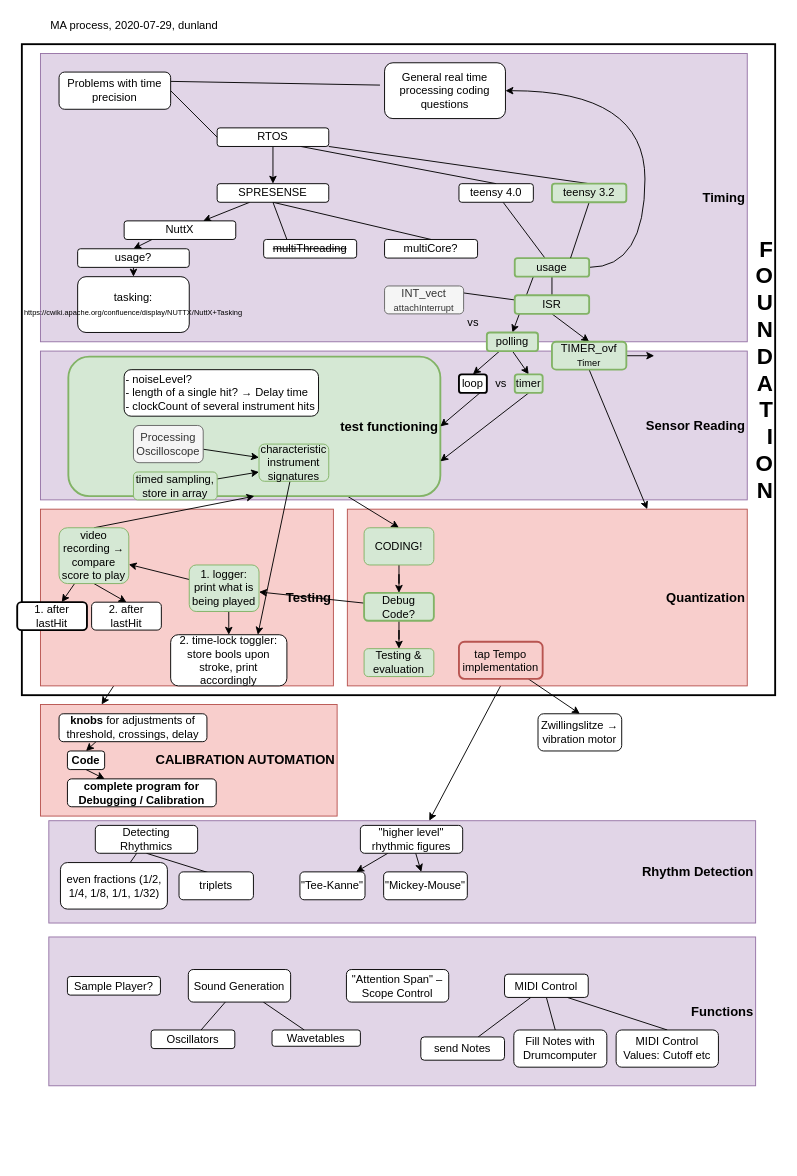
Above: page "Progress" (1 of 5) of muscle/Doc/MA_progress.drawio in dunland/muscle (draw.io), before the change. Source tidied: cells renumbered, new cells numbered last; positions are measured from the earlier drawing's top-left corner, leaving out a move shared by most shapes. Both pictures are drawn from the tidied source at 93%, with x=0, y=0 at pixel (17, 16).
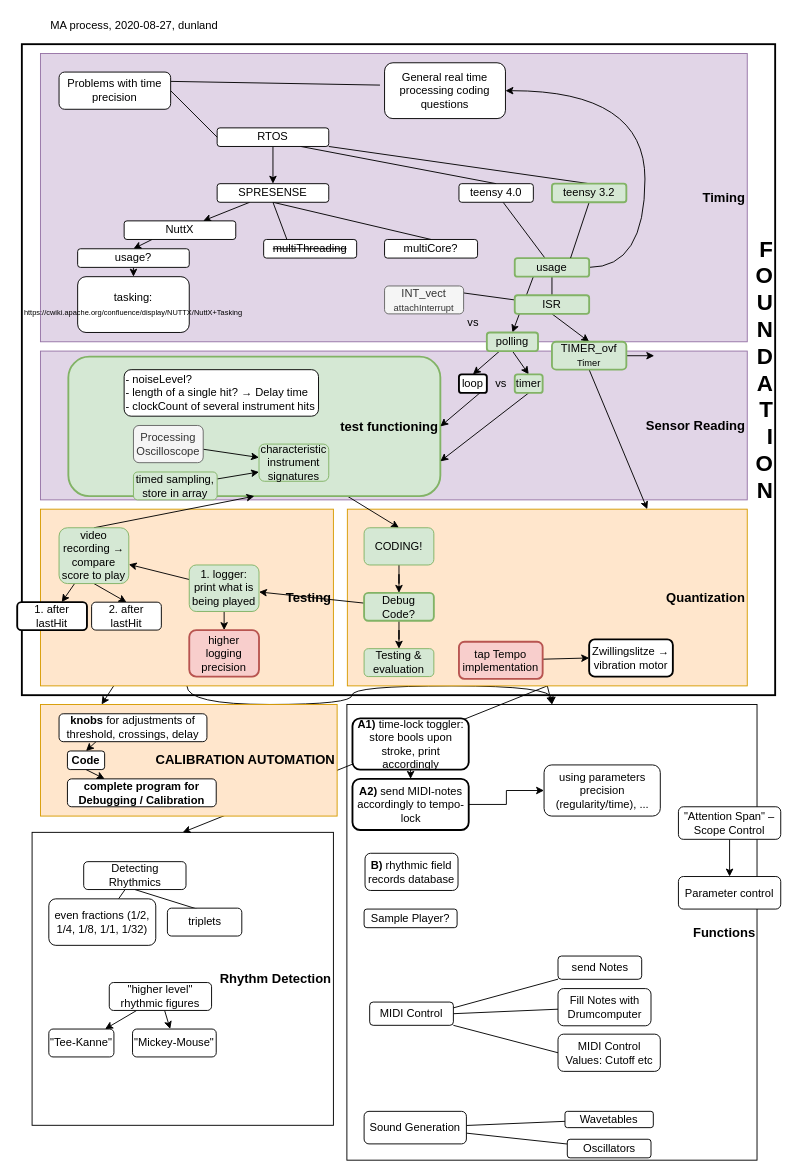
Above is the later version.

Commit message (it also covers changes not shown here):
define instrument names, calibration value handling

Unchanged cells that the change refers to:
```xml
<mxCell id="84" value="characteristic instrument signatures" style="rounded=1;whiteSpace=wrap;html=1;strokeWidth=1;fillColor=#d5e8d4;strokeColor=#82b366;" parent="1" vertex="1">
  <mxGeometry x="260" y="460" width="75" height="40" as="geometry" />
</mxCell>
<mxCell id="93" value="1. logger:&lt;br&gt;print what is being played" style="rounded=1;whiteSpace=wrap;html=1;strokeWidth=1;fillColor=#d5e8d4;strokeColor=#82b366;" parent="1" vertex="1">
  <mxGeometry x="185" y="590" width="75" height="50" as="geometry" />
</mxCell>
<mxCell id="106" value="tap Tempo implementation" style="rounded=1;whiteSpace=wrap;html=1;strokeWidth=2;fillColor=#f8cecc;strokeColor=#b85450;" parent="1" vertex="1">
  <mxGeometry x="475" y="672.5" width="90" height="40" as="geometry" />
</mxCell>
```

The edit, as a diff of the source:
```diff
@@
+    <mxCell id="114" style="edgeStyle=orthogonalEdgeStyle;curved=1;rounded=0;jettySize=auto;html=1;exitX=0.5;exitY=1;exitDx=0;exitDy=0;entryX=0.5;entryY=0;entryDx=0;entryDy=0;" parent="1" edge="1" source="4" target="33">
+      <mxGeometry relative="1" as="geometry" />
+    </mxCell>
-    <mxCell id="4" value="&lt;font size=&quot;1&quot;&gt;&lt;b style=&quot;font-size: 14px&quot;&gt;Testing&lt;br&gt;&lt;/b&gt;&lt;/font&gt;" style="rounded=0;whiteSpace=wrap;html=1;align=right;strokeColor=#b85450;fillColor=#f8cecc;" parent="1" vertex="1">
+    <mxCell id="4" value="&lt;font size=&quot;1&quot;&gt;&lt;b style=&quot;font-size: 14px&quot;&gt;Testing&lt;br&gt;&lt;/b&gt;&lt;/font&gt;" style="rounded=0;whiteSpace=wrap;html=1;align=right;strokeColor=#d79b00;fillColor=#ffe6cc;" parent="1" vertex="1">
       <mxGeometry x="25" y="530" width="315" height="190" as="geometry" />
     </mxCell>
@@
-    <mxCell id="32" value="&lt;font size=&quot;1&quot;&gt;&lt;b style=&quot;font-size: 14px&quot;&gt;Rhythm Detection&lt;/b&gt;&lt;/font&gt;" style="rounded=0;whiteSpace=wrap;html=1;align=right;strokeColor=#9673a6;fillColor=#e1d5e7;" parent="1" vertex="1">
-      <mxGeometry x="34" y="865" width="760" height="110" as="geometry" />
+    <mxCell id="32" value="&lt;font size=&quot;1&quot;&gt;&lt;b style=&quot;font-size: 14px&quot;&gt;Rhythm Detection&lt;/b&gt;&lt;/font&gt;" style="rounded=0;whiteSpace=wrap;html=1;align=right;" parent="1" vertex="1">
+      <mxGeometry x="16" y="877.5" width="324" height="315" as="geometry" />
     </mxCell>
-    <mxCell id="33" value="&lt;font size=&quot;1&quot;&gt;&lt;b style=&quot;font-size: 14px&quot;&gt;Functions&lt;br&gt;&lt;/b&gt;&lt;/font&gt;" style="rounded=0;whiteSpace=wrap;html=1;align=right;strokeColor=#9673a6;fillColor=#e1d5e7;" parent="1" vertex="1">
-      <mxGeometry x="34" y="990" width="760" height="160" as="geometry" />
+    <mxCell id="33" value="&lt;font size=&quot;1&quot;&gt;&lt;b style=&quot;font-size: 14px&quot;&gt;Functions&lt;br&gt;&lt;/b&gt;&lt;/font&gt;" style="rounded=0;whiteSpace=wrap;html=1;align=right;" parent="1" vertex="1">
+      <mxGeometry x="354.5" y="740" width="441" height="490" as="geometry" />
     </mxCell>
     <mxCell id="34" value="Sample Player?" style="rounded=1;whiteSpace=wrap;html=1;" parent="1" vertex="1">
-      <mxGeometry x="54" y="1032.5" width="100" height="20" as="geometry" />
+      <mxGeometry x="373" y="960" width="100" height="20" as="geometry" />
     </mxCell>
@@
     <mxCell id="37" value="Sound Generation" style="rounded=1;whiteSpace=wrap;html=1;" parent="1" vertex="1">
-      <mxGeometry x="184" y="1025" width="110" height="35" as="geometry" />
+      <mxGeometry x="373" y="1177.5" width="110" height="35" as="geometry" />
     </mxCell>
     <mxCell id="38" value="Wavetables" style="rounded=1;whiteSpace=wrap;html=1;" parent="1" vertex="1">
-      <mxGeometry x="274" y="1090" width="95" height="17.5" as="geometry" />
+      <mxGeometry x="589" y="1177.5" width="95" height="17.5" as="geometry" />
     </mxCell>
     <mxCell id="39" value="Oscillators" style="rounded=1;whiteSpace=wrap;html=1;" parent="1" vertex="1">
-      <mxGeometry x="144" y="1090" width="90" height="20" as="geometry" />
+      <mxGeometry x="591.5" y="1207.5" width="90" height="20" as="geometry" />
     </mxCell>
+    <mxCell id="115" style="edgeStyle=none;rounded=0;jettySize=auto;html=1;" parent="1" edge="1" source="40" target="116">
+      <mxGeometry relative="1" as="geometry" />
+    </mxCell>
     <mxCell id="40" value="&quot;Attention Span&quot; ‒ Scope Control" style="rounded=1;whiteSpace=wrap;html=1;" parent="1" vertex="1">
-      <mxGeometry x="354" y="1025" width="110" height="35" as="geometry" />
+      <mxGeometry x="711" y="850" width="110" height="35" as="geometry" />
     </mxCell>
+    <mxCell id="116" value="Parameter control" style="rounded=1;whiteSpace=wrap;html=1;" parent="1" vertex="1">
+      <mxGeometry x="711" y="925" width="110" height="35" as="geometry" />
+    </mxCell>
@@
     <mxCell id="43" value="Detecting Rhythmics" style="rounded=1;whiteSpace=wrap;html=1;" parent="1" vertex="1">
-      <mxGeometry x="84" y="870" width="110" height="30" as="geometry" />
+      <mxGeometry x="71.5" y="909" width="110" height="30" as="geometry" />
     </mxCell>
     <mxCell id="44" value="even fractions (1/2, 1/4, 1/8, 1/1, 1/32)" style="rounded=1;whiteSpace=wrap;html=1;" parent="1" vertex="1">
-      <mxGeometry x="46.5" y="910" width="115" height="50" as="geometry" />
+      <mxGeometry x="34" y="949" width="115" height="50" as="geometry" />
     </mxCell>
     <mxCell id="45" value="triplets" style="rounded=1;whiteSpace=wrap;html=1;" parent="1" vertex="1">
-      <mxGeometry x="174" y="920" width="80" height="30" as="geometry" />
+      <mxGeometry x="161.5" y="959" width="80" height="30" as="geometry" />
     </mxCell>
@@
     <mxCell id="48" value="&quot;higher level&quot; rhythmic figures" style="rounded=1;whiteSpace=wrap;html=1;" parent="1" vertex="1">
-      <mxGeometry x="369" y="870" width="110" height="30" as="geometry" />
+      <mxGeometry x="99" y="1039" width="110" height="30" as="geometry" />
     </mxCell>
     <mxCell id="49" value="&quot;Mickey-Mouse&quot;" style="rounded=1;whiteSpace=wrap;html=1;" parent="1" vertex="1">
-      <mxGeometry x="394" y="920" width="90" height="30" as="geometry" />
+      <mxGeometry x="124" y="1089" width="90" height="30" as="geometry" />
     </mxCell>
     <mxCell id="50" value="&quot;Tee-Kanne&quot;" style="rounded=1;whiteSpace=wrap;html=1;" parent="1" vertex="1">
-      <mxGeometry x="304" y="920" width="70" height="30" as="geometry" />
+      <mxGeometry x="34" y="1089" width="70" height="30" as="geometry" />
     </mxCell>
-    <mxCell id="51" value="&lt;div align=&quot;left&quot;&gt;MA process, 2020-07-29, dunland&lt;br&gt;&lt;/div&gt;" style="text;html=1;strokeColor=none;fillColor=none;align=left;verticalAlign=middle;whiteSpace=wrap;rounded=0;" parent="1" vertex="1">
+    <mxCell id="51" value="&lt;div align=&quot;left&quot;&gt;MA process, 2020-08-27, dunland&lt;br&gt;&lt;/div&gt;" style="text;html=1;strokeColor=none;fillColor=none;align=left;verticalAlign=middle;whiteSpace=wrap;rounded=0;" parent="1" vertex="1">
       <mxGeometry x="34" width="350" height="20" as="geometry" />
     </mxCell>
-    <mxCell id="52" style="edgeStyle=none;rounded=0;jettySize=auto;html=1;" parent="1" edge="1" source="53" target="32">
+    <mxCell id="52" style="edgeStyle=none;rounded=0;jettySize=auto;html=1;entryX=0.5;entryY=0;entryDx=0;entryDy=0;exitX=0.5;exitY=1;exitDx=0;exitDy=0;" parent="1" edge="1" source="53" target="32">
       <mxGeometry relative="1" as="geometry" />
     </mxCell>
+    <mxCell id="117" style="rounded=0;jettySize=auto;html=1;exitX=0.5;exitY=1;exitDx=0;exitDy=0;entryX=0.5;entryY=0;entryDx=0;entryDy=0;" parent="1" edge="1" source="53" target="33">
+      <mxGeometry relative="1" as="geometry" />
+    </mxCell>
-    <mxCell id="53" value="&lt;font size=&quot;1&quot;&gt;&lt;b style=&quot;font-size: 14px&quot;&gt;Quantization&lt;br&gt;&lt;/b&gt;&lt;/font&gt;" style="rounded=0;whiteSpace=wrap;html=1;align=right;strokeColor=#b85450;fillColor=#f8cecc;" parent="1" vertex="1">
+    <mxCell id="53" value="&lt;font size=&quot;1&quot;&gt;&lt;b style=&quot;font-size: 14px&quot;&gt;Quantization&lt;br&gt;&lt;/b&gt;&lt;/font&gt;" style="rounded=0;whiteSpace=wrap;html=1;align=right;strokeColor=#d79b00;fillColor=#ffe6cc;" parent="1" vertex="1">
       <mxGeometry x="355" y="530" width="430" height="190" as="geometry" />
     </mxCell>
@@
-    <mxCell id="57" style="edgeStyle=none;rounded=0;jettySize=auto;html=1;endArrow=none;endFill=0;" parent="1" edge="1" source="60" target="61">
+    <mxCell id="57" style="edgeStyle=none;rounded=0;jettySize=auto;html=1;endArrow=none;endFill=0;exitX=1;exitY=0.25;exitDx=0;exitDy=0;" parent="1" edge="1" source="60" target="61">
       <mxGeometry relative="1" as="geometry" />
     </mxCell>
-    <mxCell id="58" style="edgeStyle=none;rounded=0;jettySize=auto;html=1;exitX=0.5;exitY=1;exitDx=0;exitDy=0;endArrow=none;endFill=0;" parent="1" edge="1" source="60" target="62">
+    <mxCell id="58" style="edgeStyle=none;rounded=0;jettySize=auto;html=1;exitX=1;exitY=0.5;exitDx=0;exitDy=0;endArrow=none;endFill=0;" parent="1" edge="1" source="60" target="62">
       <mxGeometry relative="1" as="geometry" />
     </mxCell>
-    <mxCell id="59" style="edgeStyle=none;rounded=0;jettySize=auto;html=1;exitX=0.75;exitY=1;exitDx=0;exitDy=0;entryX=0.5;entryY=0;entryDx=0;entryDy=0;endArrow=none;endFill=0;" parent="1" edge="1" source="60" target="63">
+    <mxCell id="59" style="edgeStyle=none;rounded=0;jettySize=auto;html=1;exitX=1;exitY=1;exitDx=0;exitDy=0;entryX=0;entryY=0.5;entryDx=0;entryDy=0;endArrow=none;endFill=0;" parent="1" edge="1" source="60" target="63">
       <mxGeometry relative="1" as="geometry" />
     </mxCell>
     <mxCell id="60" value="MIDI Control" style="rounded=1;whiteSpace=wrap;html=1;" parent="1" vertex="1">
-      <mxGeometry x="524" y="1030" width="90" height="25" as="geometry" />
+      <mxGeometry x="379" y="1060" width="90" height="25" as="geometry" />
     </mxCell>
     <mxCell id="61" value="send Notes" style="rounded=1;whiteSpace=wrap;html=1;" parent="1" vertex="1">
-      <mxGeometry x="434" y="1097.5" width="90" height="25" as="geometry" />
+      <mxGeometry x="581.5" y="1010.5" width="90" height="25" as="geometry" />
     </mxCell>
     <mxCell id="62" value="Fill Notes with Drumcomputer" style="rounded=1;whiteSpace=wrap;html=1;" parent="1" vertex="1">
-      <mxGeometry x="534" y="1090" width="100" height="40" as="geometry" />
+      <mxGeometry x="581.5" y="1045.5" width="100" height="40" as="geometry" />
     </mxCell>
     <mxCell id="63" value="MIDI Control Values: Cutoff etc" style="rounded=1;whiteSpace=wrap;html=1;" parent="1" vertex="1">
-      <mxGeometry x="644" y="1090" width="110" height="40" as="geometry" />
+      <mxGeometry x="581.5" y="1094.5" width="110" height="40" as="geometry" />
     </mxCell>
@@
-    <mxCell id="83" style="rounded=0;jettySize=auto;html=1;entryX=0.75;entryY=0;entryDx=0;entryDy=0;" parent="1" edge="1" source="84" target="103">
-      <mxGeometry relative="1" as="geometry" />
-    </mxCell>
@@
-    <mxCell id="92" style="edgeStyle=orthogonalEdgeStyle;rounded=0;jettySize=auto;html=1;exitX=0.5;exitY=1;exitDx=0;exitDy=0;entryX=0.5;entryY=0;entryDx=0;entryDy=0;" parent="1" edge="1" source="93" target="103">
-      <mxGeometry relative="1" as="geometry" />
-    </mxCell>
+    <mxCell id="118" style="edgeStyle=none;rounded=0;jettySize=auto;html=1;exitX=0.5;exitY=1;exitDx=0;exitDy=0;entryX=0.5;entryY=0;entryDx=0;entryDy=0;" parent="1" edge="1" source="93" target="124">
+      <mxGeometry relative="1" as="geometry" />
+    </mxCell>
@@
-    <mxCell id="103" value="2. time-lock toggler:&lt;br&gt;store bools upon stroke, print accordingly" style="rounded=1;whiteSpace=wrap;html=1;strokeWidth=1;" parent="1" vertex="1">
-      <mxGeometry x="165" y="665" width="125" height="55" as="geometry" />
-    </mxCell>
-    <mxCell id="104" value="&lt;h3&gt;CALIBRATION AUTOMATION&lt;/h3&gt;" style="rounded=0;whiteSpace=wrap;html=1;strokeWidth=1;fillColor=#f8cecc;strokeColor=#b85450;align=right;" parent="1" vertex="1">
+    <mxCell id="104" value="&lt;h3&gt;CALIBRATION AUTOMATION&lt;/h3&gt;" style="rounded=0;whiteSpace=wrap;html=1;strokeWidth=1;fillColor=#ffe6cc;strokeColor=#d79b00;align=right;" parent="1" vertex="1">
       <mxGeometry x="25" y="740" width="319" height="120" as="geometry" />
     </mxCell>
-    <mxCell id="105" style="edgeStyle=none;rounded=0;jettySize=auto;html=1;entryX=0.5;entryY=0;entryDx=0;entryDy=0;" parent="1" edge="1" source="106" target="113">
+    <mxCell id="105" style="edgeStyle=none;rounded=0;jettySize=auto;html=1;entryX=0;entryY=0.5;entryDx=0;entryDy=0;" parent="1" edge="1" source="106" target="113">
       <mxGeometry relative="1" as="geometry" />
     </mxCell>
@@
-    <mxCell id="113" value="Zwillingslitze → vibration motor" style="rounded=1;whiteSpace=wrap;html=1;strokeWidth=1;" parent="1" vertex="1">
-      <mxGeometry x="560" y="750" width="90" height="40" as="geometry" />
+    <mxCell id="113" value="Zwillingslitze → vibration motor" style="rounded=1;whiteSpace=wrap;html=1;strokeWidth=2;" parent="1" vertex="1">
+      <mxGeometry x="615" y="670" width="90" height="40" as="geometry" />
     </mxCell>
+    <mxCell id="119" style="edgeStyle=orthogonalEdgeStyle;rounded=0;jettySize=auto;html=1;" parent="1" edge="1" source="120" target="121">
+      <mxGeometry relative="1" as="geometry" />
+    </mxCell>
+    <mxCell id="120" value="&lt;b&gt;A2)&lt;/b&gt; send MIDI-notes accordingly to tempo-lock" style="rounded=1;whiteSpace=wrap;html=1;strokeWidth=2;" parent="1" vertex="1">
+      <mxGeometry x="360.5" y="820" width="125" height="55" as="geometry" />
+    </mxCell>
+    <mxCell id="121" value="using parameters precision (regularity/time), ..." style="rounded=1;whiteSpace=wrap;html=1;strokeWidth=1;" parent="1" vertex="1">
+      <mxGeometry x="566.5" y="805" width="125" height="55" as="geometry" />
+    </mxCell>
+    <mxCell id="122" value="&lt;b&gt;B)&lt;/b&gt; rhythmic field records database" style="rounded=1;whiteSpace=wrap;html=1;" parent="1" vertex="1">
+      <mxGeometry x="374" y="900" width="100" height="40" as="geometry" />
+    </mxCell>
+    <mxCell id="123" style="rounded=0;jettySize=auto;html=1;exitX=0.5;exitY=1;exitDx=0;exitDy=0;entryX=0.5;entryY=0;entryDx=0;entryDy=0;" parent="1" edge="1" source="103" target="120">
+      <mxGeometry relative="1" as="geometry" />
+    </mxCell>
+    <mxCell id="103" value="&lt;b&gt;A1)&lt;/b&gt; time-lock toggler:&lt;br&gt;store bools upon stroke, print accordingly" style="rounded=1;whiteSpace=wrap;html=1;strokeWidth=2;" parent="1" vertex="1">
+      <mxGeometry x="360.5" y="755" width="125" height="55" as="geometry" />
+    </mxCell>
+    <mxCell id="124" value="higher logging precision" style="rounded=1;whiteSpace=wrap;html=1;strokeWidth=2;fillColor=#f8cecc;strokeColor=#b85450;" parent="1" vertex="1">
+      <mxGeometry x="185" y="660" width="75" height="50" as="geometry" />
+    </mxCell>
```
